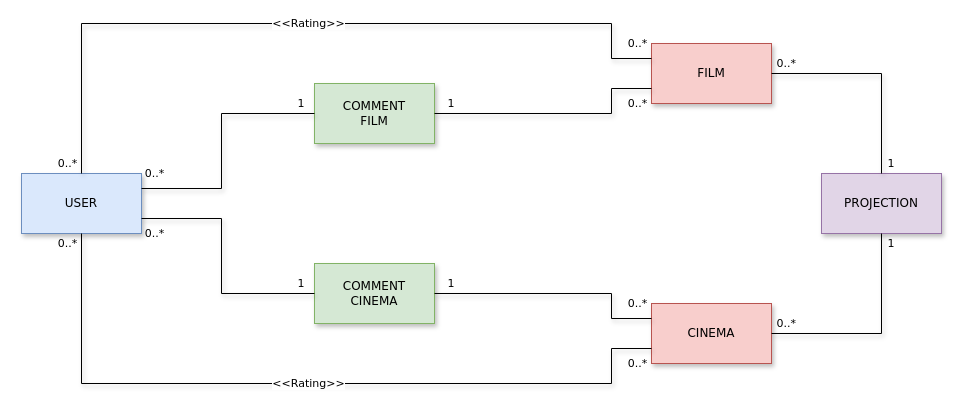
Before: Task1/DB diagram.drawio in unipi-fr/LargeScaleMultiStructureDatabases, a draw.io diagram. Source tidied: cells renumbered, new cells numbered last; positions are measured from the earlier drawing's top-left corner, leaving out a move shared by most shapes. Both pictures are drawn from the tidied source at 100%, with x=0, y=0 at pixel (21, 23).
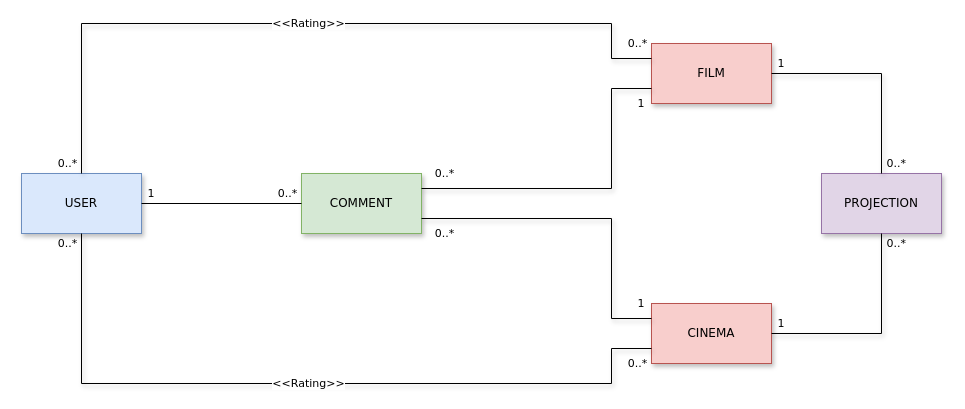
Above is the later version.

The change refers to these unchanged cells:
```xml
<mxCell id="2" value="USER" style="rounded=0;whiteSpace=wrap;html=1;fontFamily=Verdana;shadow=1;fillColor=#dae8fc;strokeColor=#6c8ebf;" parent="1" vertex="1">
  <mxGeometry y="150" width="120" height="60" as="geometry" />
</mxCell>
<mxCell id="3" value="FILM" style="rounded=0;whiteSpace=wrap;html=1;fontFamily=Verdana;shadow=1;fillColor=#f8cecc;strokeColor=#b85450;" parent="1" vertex="1">
  <mxGeometry x="630" y="20" width="120" height="60" as="geometry" />
</mxCell>
<mxCell id="4" value="CINEMA" style="rounded=0;whiteSpace=wrap;html=1;fontFamily=Verdana;shadow=1;fillColor=#f8cecc;strokeColor=#b85450;" parent="1" vertex="1">
  <mxGeometry x="630" y="280" width="120" height="60" as="geometry" />
</mxCell>
```

Change to the diagram source:
```diff
@@
-    <mxCell id="5" value="COMMENT&lt;br&gt;FILM" style="rounded=0;whiteSpace=wrap;html=1;fontFamily=Verdana;shadow=1;fillColor=#d5e8d4;strokeColor=#82b366;" parent="1" vertex="1">
-      <mxGeometry x="293" y="60" width="120" height="60" as="geometry" />
-    </mxCell>
-    <mxCell id="6" value="COMMENT&lt;br&gt;CINEMA" style="rounded=0;whiteSpace=wrap;html=1;fontFamily=Verdana;shadow=1;fillColor=#d5e8d4;strokeColor=#82b366;" parent="1" vertex="1">
-      <mxGeometry x="293" y="240" width="120" height="60" as="geometry" />
+    <mxCell id="6" value="COMMENT" style="rounded=0;whiteSpace=wrap;html=1;fontFamily=Verdana;shadow=1;fillColor=#d5e8d4;strokeColor=#82b366;" parent="1" vertex="1">
+      <mxGeometry x="280" y="150" width="120" height="60" as="geometry" />
     </mxCell>
-    <mxCell id="7" style="endArrow=none;html=1;entryX=1;entryY=0.75;entryDx=0;entryDy=0;exitX=0;exitY=0.5;exitDx=0;exitDy=0;fontFamily=Verdana;shadow=1;rounded=0;" parent="1" edge="1" source="6" target="2">
-      <mxGeometry relative="1" as="geometry">
-        <Array as="points">
-          <mxPoint x="200" y="270" />
-          <mxPoint x="200" y="195" />
-        </Array>
-      </mxGeometry>
-    </mxCell>
-    <mxCell id="8" style="endArrow=none;html=1;entryX=1;entryY=0.25;entryDx=0;entryDy=0;exitX=0;exitY=0.5;exitDx=0;exitDy=0;fontFamily=Verdana;shadow=1;rounded=0;" parent="1" edge="1" source="5" target="2">
-      <mxGeometry relative="1" as="geometry">
-        <Array as="points">
-          <mxPoint x="200" y="90" />
-          <mxPoint x="200" y="165" />
-        </Array>
-      </mxGeometry>
-    </mxCell>
@@
-    <mxCell id="10" style="endArrow=none;html=1;entryX=1;entryY=0.5;entryDx=0;entryDy=0;exitX=0;exitY=0.25;exitDx=0;exitDy=0;fontFamily=Verdana;shadow=1;rounded=0;" parent="1" edge="1" source="4" target="6">
+    <mxCell id="10" style="endArrow=none;html=1;entryX=1;entryY=0.75;entryDx=0;entryDy=0;exitX=0;exitY=0.25;exitDx=0;exitDy=0;fontFamily=Verdana;shadow=1;rounded=0;" parent="1" edge="1" source="4" target="6">
       <mxGeometry relative="1" as="geometry">
         <Array as="points">
           <mxPoint x="590" y="295" />
-          <mxPoint x="590" y="270" />
+          <mxPoint x="590" y="195" />
         </Array>
       </mxGeometry>
     </mxCell>
-    <mxCell id="11" style="endArrow=none;html=1;exitX=0;exitY=0.75;exitDx=0;exitDy=0;fontFamily=Verdana;shadow=1;rounded=0;entryX=1;entryY=0.5;entryDx=0;entryDy=0;" parent="1" edge="1" source="3" target="5">
+    <mxCell id="11" style="endArrow=none;html=1;exitX=0;exitY=0.75;exitDx=0;exitDy=0;fontFamily=Verdana;shadow=1;rounded=0;entryX=1;entryY=0.25;entryDx=0;entryDy=0;" parent="1" edge="1" source="3" target="6">
       <mxGeometry relative="1" as="geometry">
         <Array as="points">
           <mxPoint x="590" y="65" />
-          <mxPoint x="590" y="90" />
+          <mxPoint x="590" y="165" />
         </Array>
       </mxGeometry>
     </mxCell>
@@
-    <mxCell id="18" value="&amp;nbsp; 0..*" style="text;html=1;strokeColor=none;fillColor=none;align=center;verticalAlign=middle;whiteSpace=wrap;rounded=0;shadow=1;fontFamily=Verdana;fontSize=11;" parent="1" vertex="1">
-      <mxGeometry x="110" y="140" width="40" height="20" as="geometry" />
-    </mxCell>
-    <mxCell id="19" value="&amp;nbsp; 0..*" style="text;html=1;strokeColor=none;fillColor=none;align=center;verticalAlign=middle;whiteSpace=wrap;rounded=0;shadow=1;fontFamily=Verdana;fontSize=11;" parent="1" vertex="1">
-      <mxGeometry x="110" y="200" width="40" height="20" as="geometry" />
-    </mxCell>
-    <mxCell id="20" value="1" style="text;html=1;strokeColor=none;fillColor=none;align=center;verticalAlign=middle;whiteSpace=wrap;rounded=0;shadow=1;fontFamily=Verdana;fontSize=11;" parent="1" vertex="1">
-      <mxGeometry x="260" y="70" width="40" height="20" as="geometry" />
+    <mxCell id="20" value="0..*&amp;nbsp;&amp;nbsp;" style="text;html=1;strokeColor=none;fillColor=none;align=center;verticalAlign=middle;whiteSpace=wrap;rounded=0;shadow=1;fontFamily=Verdana;fontSize=11;" parent="1" vertex="1">
+      <mxGeometry x="250" y="160" width="40" height="20" as="geometry" />
     </mxCell>
     <mxCell id="21" value="1" style="text;html=1;strokeColor=none;fillColor=none;align=center;verticalAlign=middle;whiteSpace=wrap;rounded=0;shadow=1;fontFamily=Verdana;fontSize=11;" parent="1" vertex="1">
-      <mxGeometry x="260" y="250" width="40" height="20" as="geometry" />
+      <mxGeometry x="110" y="160" width="40" height="20" as="geometry" />
     </mxCell>
-    <mxCell id="22" value="0..*&amp;nbsp;&amp;nbsp;" style="text;html=1;strokeColor=none;fillColor=none;align=center;verticalAlign=middle;whiteSpace=wrap;rounded=0;shadow=1;fontFamily=Verdana;fontSize=11;" parent="1" vertex="1">
+    <mxCell id="22" value="1" style="text;html=1;strokeColor=none;fillColor=none;align=center;verticalAlign=middle;whiteSpace=wrap;rounded=0;shadow=1;fontFamily=Verdana;fontSize=11;" parent="1" vertex="1">
       <mxGeometry x="600" y="270" width="40" height="20" as="geometry" />
     </mxCell>
@@
-    <mxCell id="24" value="&amp;nbsp; &amp;nbsp;0..*" style="text;html=1;strokeColor=none;fillColor=none;align=center;verticalAlign=middle;whiteSpace=wrap;rounded=0;shadow=1;fontFamily=Verdana;fontSize=11;" parent="1" vertex="1">
+    <mxCell id="24" value="1" style="text;html=1;strokeColor=none;fillColor=none;align=center;verticalAlign=middle;whiteSpace=wrap;rounded=0;shadow=1;fontFamily=Verdana;fontSize=11;" parent="1" vertex="1">
       <mxGeometry x="740" y="30" width="40" height="20" as="geometry" />
     </mxCell>
@@
-    <mxCell id="26" value="1" style="text;html=1;strokeColor=none;fillColor=none;align=center;verticalAlign=middle;whiteSpace=wrap;rounded=0;shadow=1;fontFamily=Verdana;fontSize=11;" parent="1" vertex="1">
-      <mxGeometry x="410" y="70" width="40" height="20" as="geometry" />
+    <mxCell id="26" value="&amp;nbsp; 0..*" style="text;html=1;strokeColor=none;fillColor=none;align=center;verticalAlign=middle;whiteSpace=wrap;rounded=0;shadow=1;fontFamily=Verdana;fontSize=11;" parent="1" vertex="1">
+      <mxGeometry x="400" y="140" width="40" height="20" as="geometry" />
     </mxCell>
-    <mxCell id="27" value="1" style="text;html=1;strokeColor=none;fillColor=none;align=center;verticalAlign=middle;whiteSpace=wrap;rounded=0;shadow=1;fontFamily=Verdana;fontSize=11;" parent="1" vertex="1">
-      <mxGeometry x="410" y="250" width="40" height="20" as="geometry" />
+    <mxCell id="27" value="&amp;nbsp; 0..*" style="text;html=1;strokeColor=none;fillColor=none;align=center;verticalAlign=middle;whiteSpace=wrap;rounded=0;shadow=1;fontFamily=Verdana;fontSize=11;" parent="1" vertex="1">
+      <mxGeometry x="400" y="200" width="40" height="20" as="geometry" />
     </mxCell>
-    <mxCell id="28" value="0..*&amp;nbsp;&amp;nbsp;" style="text;html=1;strokeColor=none;fillColor=none;align=center;verticalAlign=middle;whiteSpace=wrap;rounded=0;shadow=1;fontFamily=Verdana;fontSize=11;" parent="1" vertex="1">
+    <mxCell id="28" value="1" style="text;html=1;strokeColor=none;fillColor=none;align=center;verticalAlign=middle;whiteSpace=wrap;rounded=0;shadow=1;fontFamily=Verdana;fontSize=11;" parent="1" vertex="1">
       <mxGeometry x="600" y="70" width="40" height="20" as="geometry" />
     </mxCell>
-    <mxCell id="29" value="1" style="text;html=1;strokeColor=none;fillColor=none;align=center;verticalAlign=middle;whiteSpace=wrap;rounded=0;shadow=1;fontFamily=Verdana;fontSize=11;" parent="1" vertex="1">
+    <mxCell id="29" value="&amp;nbsp; &amp;nbsp;0..*" style="text;html=1;strokeColor=none;fillColor=none;align=center;verticalAlign=middle;whiteSpace=wrap;rounded=0;shadow=1;fontFamily=Verdana;fontSize=11;" parent="1" vertex="1">
       <mxGeometry x="850" y="130" width="40" height="20" as="geometry" />
     </mxCell>
-    <mxCell id="30" value="&amp;nbsp; &amp;nbsp;0..*" style="text;html=1;strokeColor=none;fillColor=none;align=center;verticalAlign=middle;whiteSpace=wrap;rounded=0;shadow=1;fontFamily=Verdana;fontSize=11;" parent="1" vertex="1">
+    <mxCell id="30" value="1" style="text;html=1;strokeColor=none;fillColor=none;align=center;verticalAlign=middle;whiteSpace=wrap;rounded=0;shadow=1;fontFamily=Verdana;fontSize=11;" parent="1" vertex="1">
       <mxGeometry x="740" y="290" width="40" height="20" as="geometry" />
     </mxCell>
-    <mxCell id="31" value="1" style="text;html=1;strokeColor=none;fillColor=none;align=center;verticalAlign=middle;whiteSpace=wrap;rounded=0;shadow=1;fontFamily=Verdana;fontSize=11;" parent="1" vertex="1">
+    <mxCell id="31" value="&amp;nbsp; &amp;nbsp;0..*" style="text;html=1;strokeColor=none;fillColor=none;align=center;verticalAlign=middle;whiteSpace=wrap;rounded=0;shadow=1;fontFamily=Verdana;fontSize=11;" parent="1" vertex="1">
       <mxGeometry x="850" y="210" width="40" height="20" as="geometry" />
     </mxCell>
+    <mxCell id="7" style="endArrow=none;html=1;entryX=1;entryY=0.5;entryDx=0;entryDy=0;exitX=0;exitY=0.5;exitDx=0;exitDy=0;" parent="1" edge="1" source="6" target="2">
+      <mxGeometry relative="1" as="geometry" />
+    </mxCell>
```
